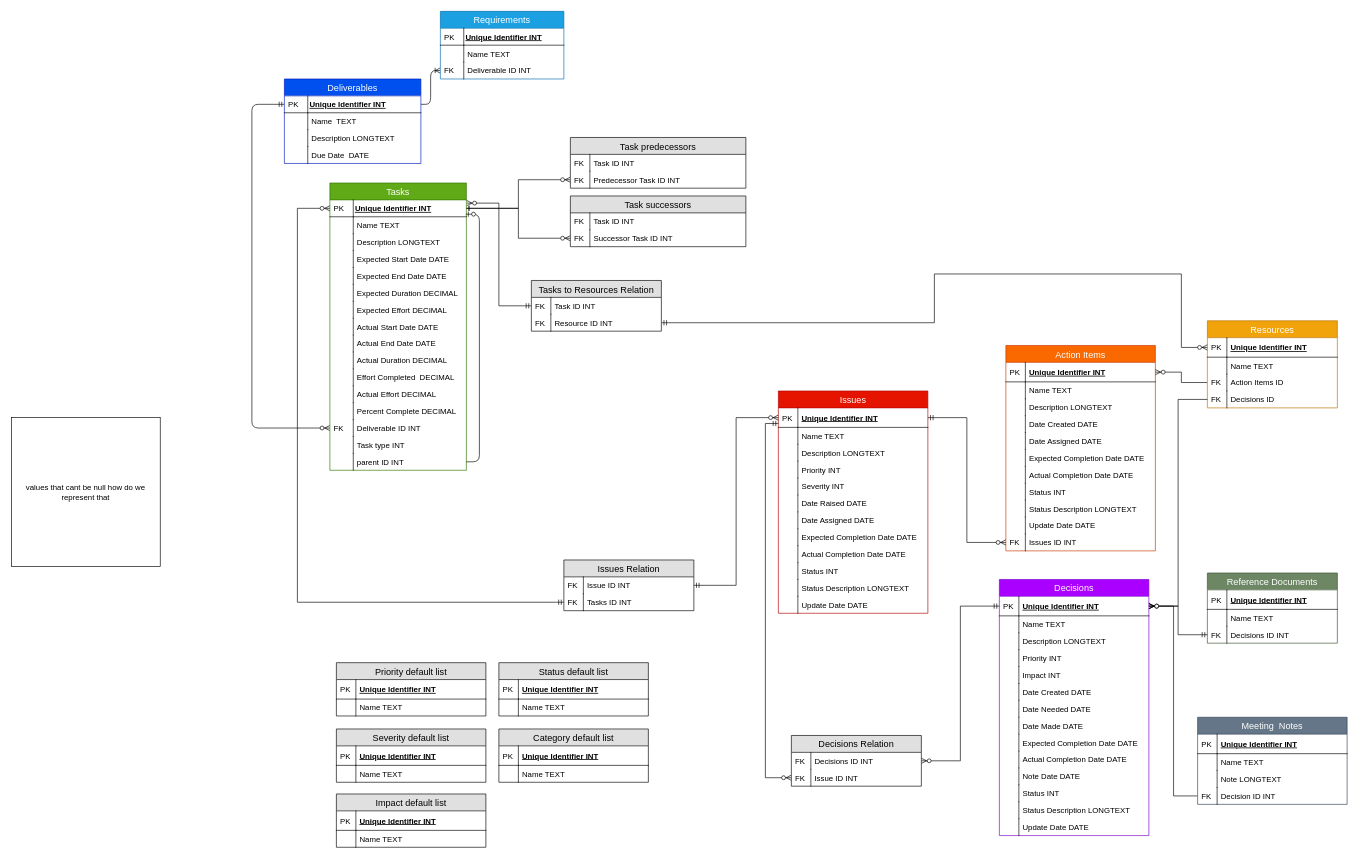
The draw.io diagram diagrams/ERD.drawio in alicebalayan/comp380---project3, before the edit. Source tidied: cells renumbered, new cells numbered last; positions are measured from the earlier drawing's top-left corner, leaving out a move shared by most shapes. Both pictures are drawn from the tidied source at 65%, with x=0, y=0 at pixel (11, 11).
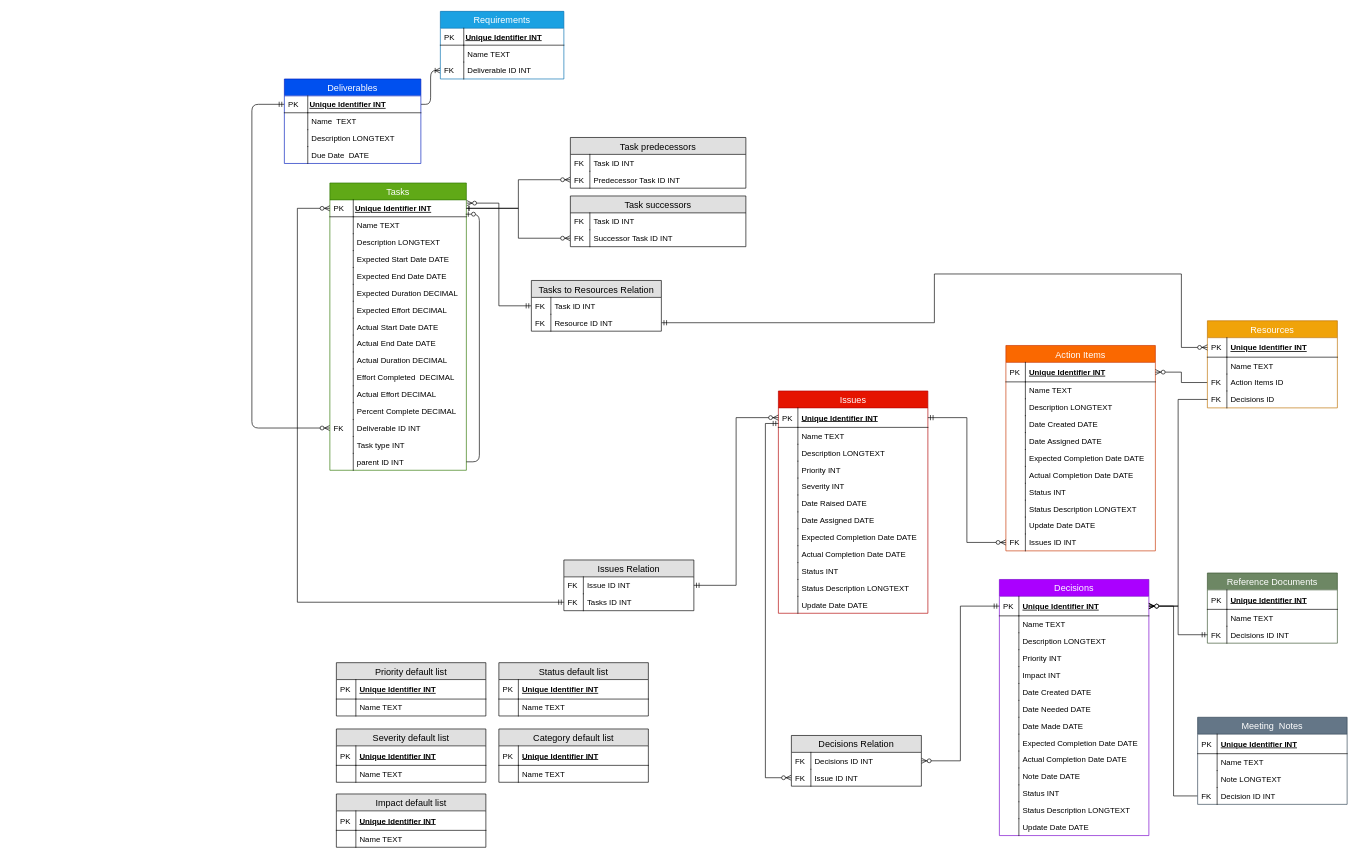
Above is the later version.

Change to the diagram source:
```diff
@@
-    <mxCell id="209" value="values that cant be null how do we represent that&lt;br&gt;" style="whiteSpace=wrap;html=1;" parent="1" vertex="1">
-      <mxGeometry y="625" width="229" height="229" as="geometry" />
-    </mxCell>
```
